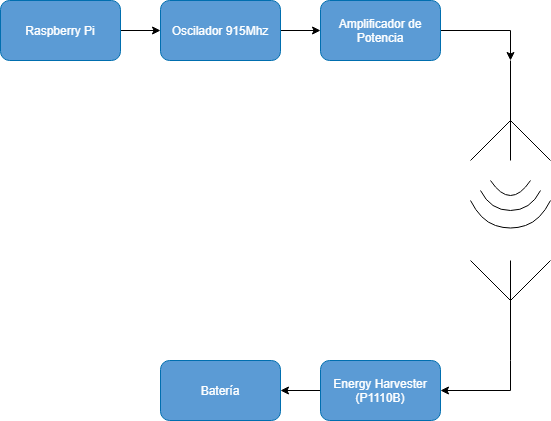
tlondero/Dise-o keeps this draw.io diagram as Utils/Drawio/EsquemaHardwareAntenas.png. Above is the earlier version. Source tidied: cells renumbered, new cells last; positions are measured from the earlier drawing's top-left corner, leaving out a move shared by most shapes. Source of this version:
```xml
<mxGraphModel>
  <root>
    <mxCell id="0" />
    <mxCell id="1" parent="0" />
    <mxCell id="2" style="edgeStyle=orthogonalEdgeStyle;rounded=0;jettySize=auto;html=1;exitX=1;exitY=0.5;exitDx=0;exitDy=0;entryX=0;entryY=0.5;entryDx=0;entryDy=0;" parent="1" edge="1" source="3" target="5">
      <mxGeometry relative="1" as="geometry" />
    </mxCell>
    <mxCell id="3" value="Raspberry Pi" style="rounded=1;whiteSpace=wrap;html=1;strokeColor=#006EAF;fontColor=#ffffff;fillColor=#5B9BD5;" parent="1" vertex="1">
      <mxGeometry width="120" height="60" as="geometry" />
    </mxCell>
    <mxCell id="4" style="edgeStyle=orthogonalEdgeStyle;rounded=0;jettySize=auto;html=1;" parent="1" edge="1" source="5" target="7">
      <mxGeometry relative="1" as="geometry" />
    </mxCell>
    <mxCell id="5" value="Oscilador 915Mhz" style="rounded=1;whiteSpace=wrap;html=1;strokeColor=#006EAF;fontColor=#ffffff;fillColor=#5B9BD5;" parent="1" vertex="1">
      <mxGeometry x="160" width="120" height="60" as="geometry" />
    </mxCell>
    <mxCell id="6" style="edgeStyle=orthogonalEdgeStyle;rounded=0;jettySize=auto;html=1;entryX=0.5;entryY=1;entryDx=0;entryDy=0;entryPerimeter=0;" parent="1" edge="1" source="7" target="8">
      <mxGeometry relative="1" as="geometry" />
    </mxCell>
    <mxCell id="7" value="Amplificador de Potencia" style="rounded=1;whiteSpace=wrap;html=1;strokeColor=#006EAF;fontColor=#ffffff;fillColor=#5B9BD5;" parent="1" vertex="1">
      <mxGeometry x="320" width="120" height="60" as="geometry" />
    </mxCell>
    <mxCell id="8" style="verticalLabelPosition=bottom;shadow=0;dashed=0;align=center;html=1;verticalAlign=top;shape=mxgraph.electrical.radio.aerial_-_antenna_1;rotation=-180;" parent="1" vertex="1">
      <mxGeometry x="470" y="60" width="80" height="100" as="geometry" />
    </mxCell>
    <mxCell id="9" style="edgeStyle=orthogonalEdgeStyle;rounded=0;jettySize=auto;html=1;startArrow=classic;startFill=1;endArrow=none;endFill=0;" parent="1" edge="1" source="10" target="12">
      <mxGeometry relative="1" as="geometry" />
    </mxCell>
    <mxCell id="10" value="Batería" style="rounded=1;whiteSpace=wrap;html=1;strokeColor=#006EAF;fontColor=#ffffff;fillColor=#5B9BD5;" parent="1" vertex="1">
      <mxGeometry x="160" y="360" width="120" height="60" as="geometry" />
    </mxCell>
    <mxCell id="11" style="edgeStyle=orthogonalEdgeStyle;rounded=0;jettySize=auto;html=1;entryX=0.5;entryY=1;entryDx=0;entryDy=0;entryPerimeter=0;startArrow=classic;startFill=1;endArrow=none;endFill=0;" parent="1" edge="1" source="12" target="13">
      <mxGeometry relative="1" as="geometry" />
    </mxCell>
    <mxCell id="12" value="Energy Harvester (P1110B)" style="rounded=1;whiteSpace=wrap;html=1;strokeColor=#006EAF;fontColor=#ffffff;fillColor=#5B9BD5;" parent="1" vertex="1">
      <mxGeometry x="320" y="360" width="120" height="60" as="geometry" />
    </mxCell>
    <mxCell id="13" style="verticalLabelPosition=bottom;shadow=0;dashed=0;align=center;html=1;verticalAlign=top;shape=mxgraph.electrical.radio.aerial_-_antenna_1;rotation=0;" parent="1" vertex="1">
      <mxGeometry x="470" y="260" width="80" height="100" as="geometry" />
    </mxCell>
    <mxCell id="14" style="curved=1;endArrow=none;html=1;endFill=0;" parent="1" edge="1">
      <mxGeometry relative="1" as="geometry">
        <mxPoint x="540" y="190" as="sourcePoint" />
        <mxPoint x="480" y="190" as="targetPoint" />
        <Array as="points">
          <mxPoint x="530" y="210" />
          <mxPoint x="490" y="210" />
        </Array>
      </mxGeometry>
    </mxCell>
    <mxCell id="15" style="curved=1;endArrow=none;html=1;endFill=0;" parent="1" edge="1">
      <mxGeometry relative="1" as="geometry">
        <mxPoint x="550" y="200" as="sourcePoint" />
        <mxPoint x="470" y="200" as="targetPoint" />
        <Array as="points">
          <mxPoint x="540" y="220" />
          <mxPoint x="510" y="230" />
          <mxPoint x="480" y="220" />
        </Array>
      </mxGeometry>
    </mxCell>
    <mxCell id="16" style="curved=1;endArrow=none;html=1;endFill=0;" parent="1" edge="1">
      <mxGeometry relative="1" as="geometry">
        <mxPoint x="530" y="180" as="sourcePoint" />
        <mxPoint x="490" y="180" as="targetPoint" />
        <Array as="points">
          <mxPoint x="510" y="210" />
        </Array>
      </mxGeometry>
    </mxCell>
  </root>
</mxGraphModel>
```
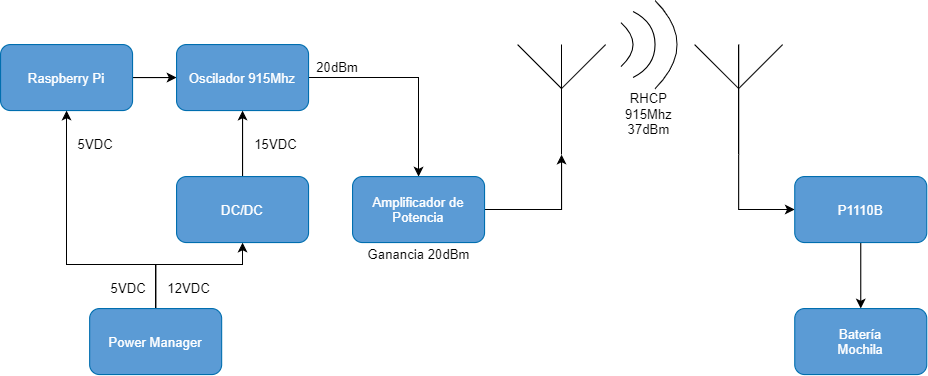
Above is the later version.

Change to the diagram source:
```diff
@@ -6,13 +6,13 @@
       <mxGeometry relative="1" as="geometry" />
     </mxCell>
     <mxCell id="3" value="Raspberry Pi" style="rounded=1;whiteSpace=wrap;html=1;strokeColor=#006EAF;fontColor=#ffffff;fillColor=#5B9BD5;" parent="1" vertex="1">
-      <mxGeometry width="120" height="60" as="geometry" />
+      <mxGeometry y="-120" width="120" height="60" as="geometry" />
     </mxCell>
     <mxCell id="4" style="edgeStyle=orthogonalEdgeStyle;rounded=0;jettySize=auto;html=1;" parent="1" edge="1" source="5" target="7">
       <mxGeometry relative="1" as="geometry" />
     </mxCell>
     <mxCell id="5" value="Oscilador 915Mhz" style="rounded=1;whiteSpace=wrap;html=1;strokeColor=#006EAF;fontColor=#ffffff;fillColor=#5B9BD5;" parent="1" vertex="1">
-      <mxGeometry x="160" width="120" height="60" as="geometry" />
+      <mxGeometry x="160" y="-120" width="120" height="60" as="geometry" />
     </mxCell>
     <mxCell id="6" style="edgeStyle=orthogonalEdgeStyle;rounded=0;jettySize=auto;html=1;entryX=0.5;entryY=1;entryDx=0;entryDy=0;entryPerimeter=0;" parent="1" edge="1" source="7" target="8">
       <mxGeometry relative="1" as="geometry" />
@@ -20,53 +20,99 @@
     <mxCell id="7" value="Amplificador de Potencia" style="rounded=1;whiteSpace=wrap;html=1;strokeColor=#006EAF;fontColor=#ffffff;fillColor=#5B9BD5;" parent="1" vertex="1">
       <mxGeometry x="320" width="120" height="60" as="geometry" />
     </mxCell>
-    <mxCell id="8" style="verticalLabelPosition=bottom;shadow=0;dashed=0;align=center;html=1;verticalAlign=top;shape=mxgraph.electrical.radio.aerial_-_antenna_1;rotation=-180;" parent="1" vertex="1">
-      <mxGeometry x="470" y="60" width="80" height="100" as="geometry" />
+    <mxCell id="8" style="verticalLabelPosition=bottom;shadow=0;dashed=0;align=center;html=1;verticalAlign=top;shape=mxgraph.electrical.radio.aerial_-_antenna_1;rotation=0;" parent="1" vertex="1">
+      <mxGeometry x="470" y="-120" width="80" height="100" as="geometry" />
     </mxCell>
     <mxCell id="9" style="edgeStyle=orthogonalEdgeStyle;rounded=0;jettySize=auto;html=1;startArrow=classic;startFill=1;endArrow=none;endFill=0;" parent="1" edge="1" source="10" target="12">
       <mxGeometry relative="1" as="geometry" />
     </mxCell>
-    <mxCell id="10" value="Batería" style="rounded=1;whiteSpace=wrap;html=1;strokeColor=#006EAF;fontColor=#ffffff;fillColor=#5B9BD5;" parent="1" vertex="1">
-      <mxGeometry x="160" y="360" width="120" height="60" as="geometry" />
+    <mxCell id="10" value="Batería&lt;br&gt;Mochila" style="rounded=1;whiteSpace=wrap;html=1;strokeColor=#006EAF;fontColor=#ffffff;fillColor=#5B9BD5;" parent="1" vertex="1">
+      <mxGeometry x="722" y="120" width="120" height="60" as="geometry" />
     </mxCell>
     <mxCell id="11" style="edgeStyle=orthogonalEdgeStyle;rounded=0;jettySize=auto;html=1;entryX=0.5;entryY=1;entryDx=0;entryDy=0;entryPerimeter=0;startArrow=classic;startFill=1;endArrow=none;endFill=0;" parent="1" edge="1" source="12" target="13">
       <mxGeometry relative="1" as="geometry" />
     </mxCell>
-    <mxCell id="12" value="Energy Harvester (P1110B)" style="rounded=1;whiteSpace=wrap;html=1;strokeColor=#006EAF;fontColor=#ffffff;fillColor=#5B9BD5;" parent="1" vertex="1">
-      <mxGeometry x="320" y="360" width="120" height="60" as="geometry" />
+    <mxCell id="12" value="P1110B" style="rounded=1;whiteSpace=wrap;html=1;strokeColor=#006EAF;fontColor=#ffffff;fillColor=#5B9BD5;" parent="1" vertex="1">
+      <mxGeometry x="722" width="120" height="60" as="geometry" />
     </mxCell>
     <mxCell id="13" style="verticalLabelPosition=bottom;shadow=0;dashed=0;align=center;html=1;verticalAlign=top;shape=mxgraph.electrical.radio.aerial_-_antenna_1;rotation=0;" parent="1" vertex="1">
-      <mxGeometry x="470" y="260" width="80" height="100" as="geometry" />
+      <mxGeometry x="631" y="-120" width="80" height="100" as="geometry" />
     </mxCell>
     <mxCell id="14" style="curved=1;endArrow=none;html=1;endFill=0;" parent="1" edge="1">
       <mxGeometry relative="1" as="geometry">
-        <mxPoint x="540" y="190" as="sourcePoint" />
-        <mxPoint x="480" y="190" as="targetPoint" />
+        <mxPoint x="575" y="-150" as="sourcePoint" />
+        <mxPoint x="575" y="-90" as="targetPoint" />
         <Array as="points">
-          <mxPoint x="530" y="210" />
-          <mxPoint x="490" y="210" />
+          <mxPoint x="595" y="-140" />
+          <mxPoint x="595" y="-100" />
         </Array>
       </mxGeometry>
     </mxCell>
     <mxCell id="15" style="curved=1;endArrow=none;html=1;endFill=0;" parent="1" edge="1">
       <mxGeometry relative="1" as="geometry">
-        <mxPoint x="550" y="200" as="sourcePoint" />
-        <mxPoint x="470" y="200" as="targetPoint" />
+        <mxPoint x="595" y="-160" as="sourcePoint" />
+        <mxPoint x="595" y="-80" as="targetPoint" />
         <Array as="points">
-          <mxPoint x="540" y="220" />
-          <mxPoint x="510" y="230" />
-          <mxPoint x="480" y="220" />
+          <mxPoint x="615" y="-140" />
+          <mxPoint x="615" y="-100" />
         </Array>
       </mxGeometry>
     </mxCell>
     <mxCell id="16" style="curved=1;endArrow=none;html=1;endFill=0;" parent="1" edge="1">
       <mxGeometry relative="1" as="geometry">
-        <mxPoint x="530" y="180" as="sourcePoint" />
-        <mxPoint x="490" y="180" as="targetPoint" />
+        <mxPoint x="564" y="-140" as="sourcePoint" />
+        <mxPoint x="564" y="-100" as="targetPoint" />
         <Array as="points">
-          <mxPoint x="510" y="210" />
+          <mxPoint x="575" y="-130" />
+          <mxPoint x="575" y="-110" />
         </Array>
       </mxGeometry>
     </mxCell>
+    <mxCell id="17" style="edgeStyle=orthogonalEdgeStyle;rounded=0;jettySize=auto;html=1;" parent="1" edge="1" source="19" target="21">
+      <mxGeometry relative="1" as="geometry">
+        <Array as="points">
+          <mxPoint x="141" y="80" />
+          <mxPoint x="220" y="80" />
+        </Array>
+      </mxGeometry>
+    </mxCell>
+    <mxCell id="18" style="edgeStyle=orthogonalEdgeStyle;rounded=0;jettySize=auto;html=1;entryX=0.5;entryY=1;entryDx=0;entryDy=0;" parent="1" edge="1" source="19" target="3">
+      <mxGeometry relative="1" as="geometry">
+        <Array as="points">
+          <mxPoint x="141" y="80" />
+          <mxPoint x="60" y="80" />
+        </Array>
+      </mxGeometry>
+    </mxCell>
+    <mxCell id="19" value="Power Manager" style="rounded=1;whiteSpace=wrap;html=1;strokeColor=#006EAF;fontColor=#ffffff;fillColor=#5B9BD5;" parent="1" vertex="1">
+      <mxGeometry x="81" y="120" width="120" height="60" as="geometry" />
+    </mxCell>
+    <mxCell id="20" style="edgeStyle=orthogonalEdgeStyle;rounded=0;jettySize=auto;html=1;" parent="1" edge="1" source="21" target="5">
+      <mxGeometry relative="1" as="geometry" />
+    </mxCell>
+    <mxCell id="21" value="DC/DC" style="rounded=1;whiteSpace=wrap;html=1;strokeColor=#006EAF;fontColor=#ffffff;fillColor=#5B9BD5;" parent="1" vertex="1">
+      <mxGeometry x="160" width="120" height="60" as="geometry" />
+    </mxCell>
+    <mxCell id="22" value="5VDC" style="text;html=1;align=center;verticalAlign=middle;strokeColor=none;fillColor=none;" parent="1" vertex="1">
+      <mxGeometry x="61" y="-40" width="50" height="20" as="geometry" />
+    </mxCell>
+    <mxCell id="23" value="15VDC" style="text;html=1;align=center;verticalAlign=middle;strokeColor=none;fillColor=none;" parent="1" vertex="1">
+      <mxGeometry x="225" y="-40" width="50" height="20" as="geometry" />
+    </mxCell>
+    <mxCell id="24" value="RHCP&lt;br&gt;915Mhz&lt;br&gt;37dBm" style="text;html=1;align=center;verticalAlign=middle;strokeColor=none;fillColor=none;" parent="1" vertex="1">
+      <mxGeometry x="559" y="-82" width="60" height="50" as="geometry" />
+    </mxCell>
+    <mxCell id="25" value="12VDC" style="text;html=1;align=center;verticalAlign=middle;strokeColor=none;fillColor=none;" parent="1" vertex="1">
+      <mxGeometry x="146" y="91" width="50" height="20" as="geometry" />
+    </mxCell>
+    <mxCell id="26" value="20dBm" style="text;html=1;align=center;verticalAlign=middle;strokeColor=none;fillColor=none;" parent="1" vertex="1">
+      <mxGeometry x="281" y="-110" width="50" height="20" as="geometry" />
+    </mxCell>
+    <mxCell id="27" value="Ganancia 20dBm" style="text;html=1;align=center;verticalAlign=middle;strokeColor=none;fillColor=none;" parent="1" vertex="1">
+      <mxGeometry x="325" y="60" width="110" height="20" as="geometry" />
+    </mxCell>
+    <mxCell id="28" value="5VDC" style="text;html=1;align=center;verticalAlign=middle;strokeColor=none;fillColor=none;" parent="1" vertex="1">
+      <mxGeometry x="91" y="91" width="50" height="20" as="geometry" />
+    </mxCell>
   </root>
 </mxGraphModel>
```
